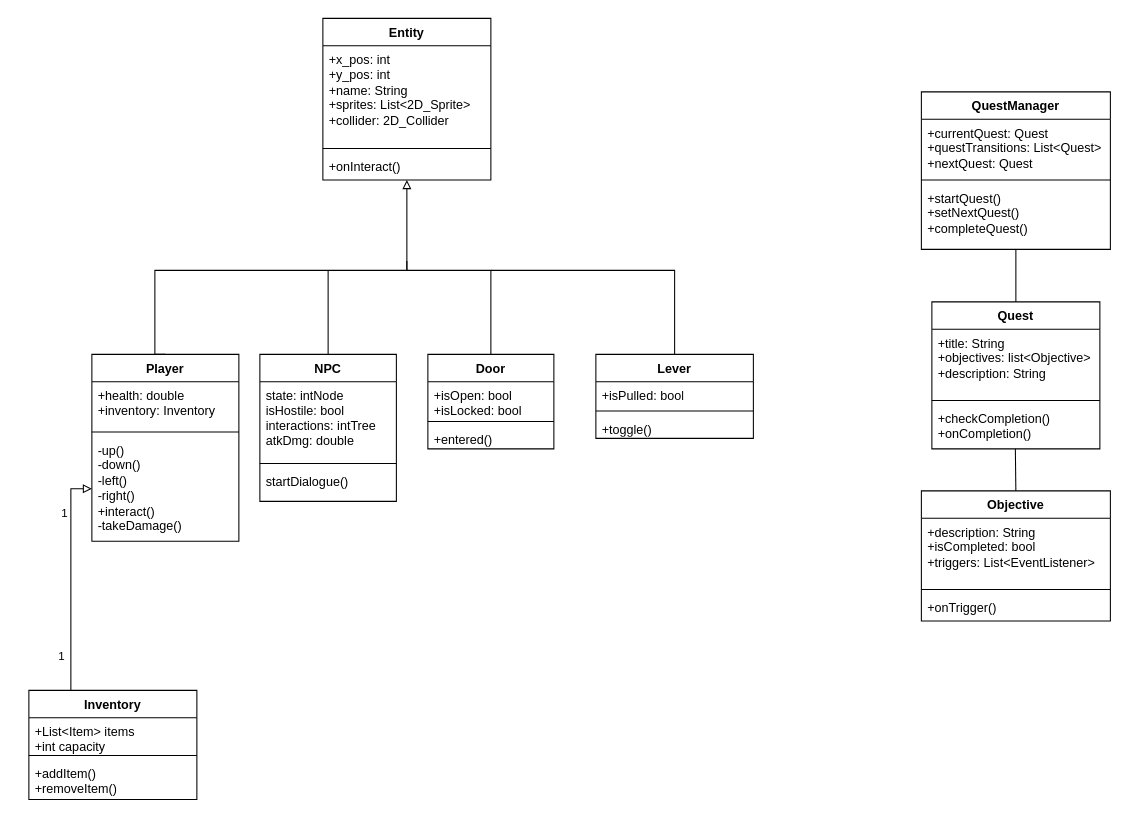
This is deliverables/UML_Class_D3.drawio from NoomMiner/Echoes-of-Time, a draw.io file, before an edit. Source tidied: cells renumbered, new cells numbered last; positions are measured from the earlier drawing's top-left corner, leaving out a move shared by most shapes. Both pictures are drawn from the tidied source at 105%, with x=0, y=0 at pixel (28, 18).
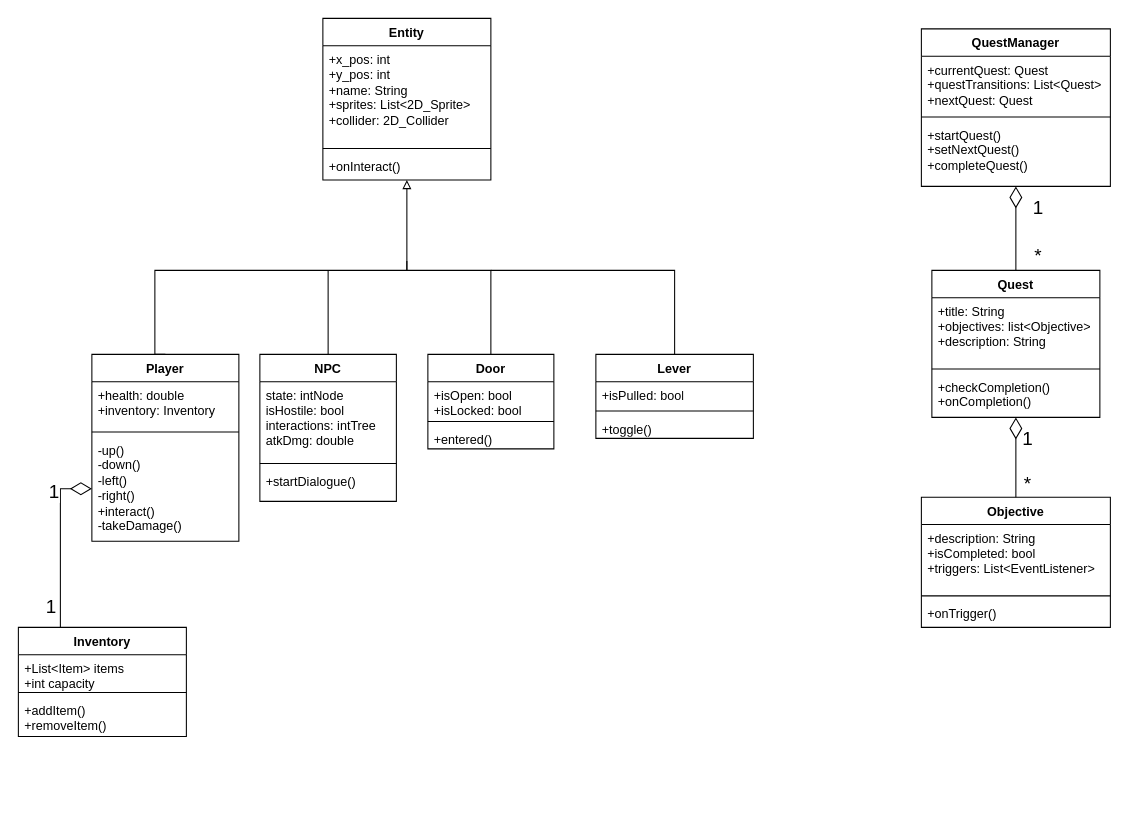
Above is the later version.

Unchanged cells that the change refers to:
```xml
<mxCell id="9" value="-up()&lt;br&gt;-down()&lt;br&gt;-left()&lt;br&gt;-right() &lt;br&gt;+interact()&lt;br&gt;-takeDamage()&lt;div&gt;&lt;br&gt;&lt;/div&gt;" style="text;strokeColor=none;fillColor=none;align=left;verticalAlign=top;spacingLeft=4;spacingRight=4;overflow=hidden;points=[[0,0.5],[1,0.5]];portConstraint=eastwest;whiteSpace=wrap;html=1;" parent="6" vertex="1">
  <mxGeometry y="78" width="140" height="100" as="geometry" />
</mxCell>
<mxCell id="10" value="NPC" style="swimlane;fontStyle=1;align=center;verticalAlign=top;horizontal=1;startSize=26;whiteSpace=wrap;html=1;" parent="1" vertex="1">
  <mxGeometry x="220" y="320" width="130" height="140" as="geometry" />
</mxCell>
```

Diff of the diagram source:
```diff
@@
-    <mxCell id="13" value="startDialogue()" style="text;strokeColor=none;fillColor=none;align=left;verticalAlign=top;spacingLeft=4;spacingRight=4;overflow=hidden;whiteSpace=wrap;html=1;" parent="10" vertex="1">
+    <mxCell id="13" value="+startDialogue()" style="text;strokeColor=none;fillColor=none;align=left;verticalAlign=top;spacingLeft=4;spacingRight=4;overflow=hidden;whiteSpace=wrap;html=1;" parent="10" vertex="1">
       <mxGeometry y="108" width="130" height="32" as="geometry" />
     </mxCell>
@@
     <mxCell id="26" value="QuestManager" style="swimlane;fontStyle=1;align=center;verticalAlign=top;horizontal=1;startSize=26;whiteSpace=wrap;html=1;" parent="1" vertex="1">
-      <mxGeometry x="850" y="70" width="180" height="150" as="geometry" />
+      <mxGeometry x="850" y="10" width="180" height="150" as="geometry" />
     </mxCell>
@@
     <mxCell id="30" value="Quest" style="swimlane;fontStyle=1;align=center;verticalAlign=top;horizontal=1;startSize=26;whiteSpace=wrap;html=1;" parent="1" vertex="1">
-      <mxGeometry x="860" y="270" width="160" height="140" as="geometry" />
+      <mxGeometry x="860" y="240" width="160" height="140" as="geometry" />
     </mxCell>
@@
     <mxCell id="34" value="Objective" style="swimlane;fontStyle=1;align=center;verticalAlign=top;horizontal=1;startSize=26;whiteSpace=wrap;html=1;" parent="1" vertex="1">
-      <mxGeometry x="850" y="450" width="180" height="124" as="geometry" />
+      <mxGeometry x="850" y="456" width="180" height="124" as="geometry" />
     </mxCell>
@@
-    <mxCell id="38" style="endArrow=none;html=1;rounded=0;exitX=0.5;exitY=0;exitDx=0;exitDy=0;" parent="1" edge="1" source="30">
-      <mxGeometry relative="1" as="geometry">
-        <mxPoint x="940" y="220" as="targetPoint" />
-      </mxGeometry>
+    <mxCell id="38" style="endArrow=diamondThin;html=1;rounded=0;exitX=0.5;exitY=0;exitDx=0;exitDy=0;endFill=0;endSize=18;entryX=0.5;entryY=1;entryDx=0;entryDy=0;" parent="1" edge="1" source="30" target="26">
+      <mxGeometry relative="1" as="geometry" />
     </mxCell>
+    <mxCell id="47" value="1" style="edgeLabel;html=1;align=center;verticalAlign=middle;fontSize=18;" parent="38" vertex="1">
+      <mxGeometry x="0.49" y="2" relative="1" as="geometry">
+        <mxPoint x="22" as="offset" />
+      </mxGeometry>
+    </mxCell>
+    <mxCell id="48" value="*" style="edgeLabel;html=1;align=center;verticalAlign=middle;fontSize=18;" parent="38" vertex="1">
+      <mxGeometry x="-0.65" y="1" relative="1" as="geometry">
+        <mxPoint x="21" as="offset" />
+      </mxGeometry>
+    </mxCell>
-    <mxCell id="39" style="endArrow=none;html=1;rounded=0;" parent="1" edge="1">
-      <mxGeometry relative="1" as="geometry">
-        <mxPoint x="940" y="450" as="sourcePoint" />
-        <mxPoint x="939.5" y="410" as="targetPoint" />
-      </mxGeometry>
+    <mxCell id="39" style="endArrow=diamondThin;html=1;rounded=0;endFill=0;exitX=0.5;exitY=0;exitDx=0;exitDy=0;strokeWidth=1;endSize=18;entryX=0.5;entryY=1;entryDx=0;entryDy=0;" parent="1" edge="1" source="34" target="30">
+      <mxGeometry relative="1" as="geometry" />
     </mxCell>
+    <mxCell id="49" value="1" style="edgeLabel;html=1;align=center;verticalAlign=middle;fontSize=18;" parent="39" vertex="1">
+      <mxGeometry x="0.39" y="-1" relative="1" as="geometry">
+        <mxPoint x="9" y="-3" as="offset" />
+      </mxGeometry>
+    </mxCell>
+    <mxCell id="50" value="*" style="edgeLabel;html=1;align=center;verticalAlign=middle;fontSize=18;" parent="39" vertex="1">
+      <mxGeometry x="-0.66" relative="1" as="geometry">
+        <mxPoint x="10" as="offset" />
+      </mxGeometry>
+    </mxCell>
     <mxCell id="40" value="Inventory" style="swimlane;fontStyle=1;align=center;verticalAlign=top;horizontal=1;startSize=26;whiteSpace=wrap;html=1;" parent="1" vertex="1">
-      <mxGeometry y="640" width="160" height="104" as="geometry" />
+      <mxGeometry x="-10" y="580" width="160" height="104" as="geometry" />
     </mxCell>
@@
-    <mxCell id="44" style="edgeStyle=orthogonalEdgeStyle;rounded=0;jettySize=auto;html=1;exitX=0.25;exitY=0;exitDx=0;exitDy=0;entryX=0;entryY=0.5;entryDx=0;entryDy=0;endArrow=block;endFill=0;" parent="1" edge="1" source="40" target="9">
+    <mxCell id="44" style="edgeStyle=orthogonalEdgeStyle;rounded=0;jettySize=auto;html=1;exitX=0.25;exitY=0;exitDx=0;exitDy=0;entryX=0;entryY=0.5;entryDx=0;entryDy=0;endArrow=diamondThin;endFill=0;endSize=18;" parent="1" edge="1" source="40" target="9">
       <mxGeometry relative="1" as="geometry" />
     </mxCell>
-    <mxCell id="45" value="1" style="edgeLabel;html=1;align=center;verticalAlign=middle;" parent="44" vertex="1">
+    <mxCell id="45" value="1" style="edgeLabel;html=1;align=center;verticalAlign=middle;fontSize=18;" parent="44" vertex="1">
       <mxGeometry x="0.6" y="7" relative="1" as="geometry" />
     </mxCell>
-    <mxCell id="46" value="1" style="edgeLabel;html=1;align=center;verticalAlign=middle;" parent="44" vertex="1">
+    <mxCell id="46" value="1" style="edgeLabel;html=1;align=center;verticalAlign=middle;fontSize=18;" parent="44" vertex="1">
       <mxGeometry x="-0.62" y="-1" relative="1" as="geometry">
-        <mxPoint x="-11" y="7" as="offset" />
+        <mxPoint x="-11" y="11" as="offset" />
       </mxGeometry>
     </mxCell>
```
